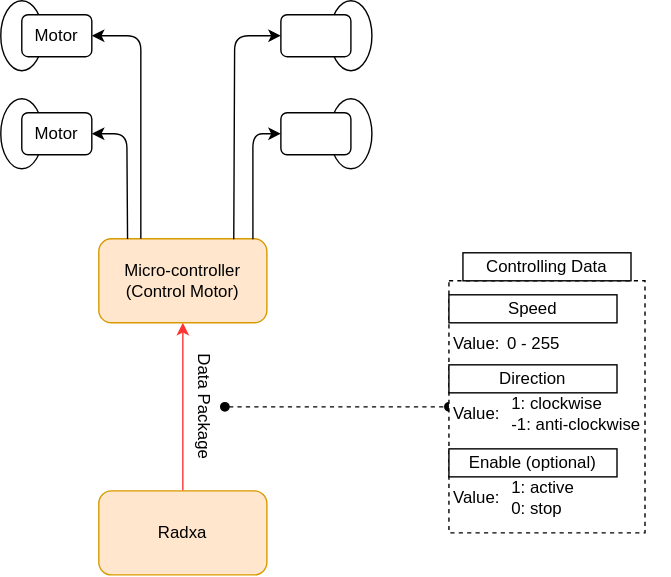
This is Diagram_System/dataFlow.drawio.svg from meoDzz/codeRadxa-lidar, a draw.io export, as it was before one commit. Source tidied: cells renumbered, new cells last; positions are measured from the earlier drawing's top-left corner, leaving out a move shared by most shapes. Its diagram source:
```xml
<mxGraphModel>
  <root>
    <mxCell id="0" />
    <mxCell id="1" parent="0" />
    <mxCell id="2" style="edgeStyle=none;html=1;entryX=0.5;entryY=1;entryDx=0;entryDy=0;strokeColor=#FF3333;" parent="1" edge="1" source="3" target="4">
      <mxGeometry relative="1" as="geometry" />
    </mxCell>
    <mxCell id="3" value="Radxa" style="rounded=1;whiteSpace=wrap;html=1;fillColor=#ffe6cc;strokeColor=#d79b00;" parent="1" vertex="1">
      <mxGeometry x="70" y="350" width="120" height="60" as="geometry" />
    </mxCell>
    <mxCell id="4" value="Micro-controller&lt;div&gt;(Control Motor)&lt;/div&gt;" style="rounded=1;whiteSpace=wrap;html=1;fillColor=#ffe6cc;strokeColor=#d79b00;" parent="1" vertex="1">
      <mxGeometry x="70" y="170" width="120" height="60" as="geometry" />
    </mxCell>
    <mxCell id="5" style="html=1;dashed=1;endArrow=oval;endFill=1;startArrow=oval;startFill=1;entryX=0;entryY=0.5;entryDx=0;entryDy=0;" parent="1" edge="1" source="6" target="7">
      <mxGeometry relative="1" as="geometry" />
    </mxCell>
    <mxCell id="6" value="Data Package" style="text;html=1;align=center;verticalAlign=middle;whiteSpace=wrap;rounded=0;rotation=90;" parent="1" vertex="1">
      <mxGeometry x="100" y="275" width="90" height="30" as="geometry" />
    </mxCell>
    <mxCell id="7" value="&lt;div&gt;&lt;br&gt;&lt;/div&gt;" style="rounded=0;whiteSpace=wrap;html=1;dashed=1;align=center;" parent="1" vertex="1">
      <mxGeometry x="320" y="200" width="140" height="180" as="geometry" />
    </mxCell>
    <mxCell id="8" value="Controlling Data" style="rounded=0;whiteSpace=wrap;html=1;" parent="1" vertex="1">
      <mxGeometry x="330" y="180" width="120" height="20" as="geometry" />
    </mxCell>
    <mxCell id="9" value="Speed" style="rounded=0;whiteSpace=wrap;html=1;" parent="1" vertex="1">
      <mxGeometry x="320" y="210" width="120" height="20" as="geometry" />
    </mxCell>
    <mxCell id="10" value="Direction" style="rounded=0;whiteSpace=wrap;html=1;" parent="1" vertex="1">
      <mxGeometry x="320" y="260" width="120" height="20" as="geometry" />
    </mxCell>
    <mxCell id="11" value="Enable (optional)" style="rounded=0;whiteSpace=wrap;html=1;" parent="1" vertex="1">
      <mxGeometry x="320" y="320" width="120" height="20" as="geometry" />
    </mxCell>
    <mxCell id="12" value="Value:&amp;nbsp;" style="text;html=1;align=center;verticalAlign=middle;whiteSpace=wrap;rounded=0;" parent="1" vertex="1">
      <mxGeometry x="320" y="230" width="40" height="30" as="geometry" />
    </mxCell>
    <mxCell id="13" value="Value:" style="text;html=1;align=center;verticalAlign=middle;whiteSpace=wrap;rounded=0;" parent="1" vertex="1">
      <mxGeometry x="320" y="280" width="40" height="30" as="geometry" />
    </mxCell>
    <mxCell id="14" value="1: clockwise&lt;div&gt;-1: anti-clockwise&lt;/div&gt;" style="text;html=1;align=left;verticalAlign=middle;whiteSpace=wrap;rounded=0;" parent="1" vertex="1">
      <mxGeometry x="362.5" y="280" width="115" height="30" as="geometry" />
    </mxCell>
    <mxCell id="15" value="Value:" style="text;html=1;align=center;verticalAlign=middle;whiteSpace=wrap;rounded=0;" parent="1" vertex="1">
      <mxGeometry x="320" y="340" width="40" height="30" as="geometry" />
    </mxCell>
    <mxCell id="16" value="1: active&lt;div&gt;0: stop&lt;/div&gt;" style="text;html=1;align=left;verticalAlign=middle;whiteSpace=wrap;rounded=0;" parent="1" vertex="1">
      <mxGeometry x="362.5" y="340" width="77.5" height="30" as="geometry" />
    </mxCell>
    <mxCell id="17" value="0 - 255" style="text;html=1;align=left;verticalAlign=middle;whiteSpace=wrap;rounded=0;" parent="1" vertex="1">
      <mxGeometry x="360" y="230" width="50" height="30" as="geometry" />
    </mxCell>
    <mxCell id="18" style="group;" parent="1" vertex="1">
      <mxGeometry x="200" width="65" height="50" as="geometry" />
    </mxCell>
    <mxCell id="19" style="ellipse;whiteSpace=wrap;html=1;" parent="18" vertex="1">
      <mxGeometry x="35" width="30" height="50" as="geometry" />
    </mxCell>
    <mxCell id="20" style="rounded=1;whiteSpace=wrap;html=1;" parent="18" vertex="1">
      <mxGeometry y="10" width="50" height="30" as="geometry" />
    </mxCell>
    <mxCell id="21" style="group;" parent="1" vertex="1">
      <mxGeometry x="200" y="70" width="65" height="50" as="geometry" />
    </mxCell>
    <mxCell id="22" style="ellipse;whiteSpace=wrap;html=1;" parent="21" vertex="1">
      <mxGeometry x="35" width="30" height="50" as="geometry" />
    </mxCell>
    <mxCell id="23" style="rounded=1;whiteSpace=wrap;html=1;" parent="21" vertex="1">
      <mxGeometry y="10" width="50" height="30" as="geometry" />
    </mxCell>
    <mxCell id="24" style="group;rotation=-180;" parent="1" vertex="1">
      <mxGeometry width="65" height="50" as="geometry" />
    </mxCell>
    <mxCell id="25" style="ellipse;whiteSpace=wrap;html=1;rotation=-180;" parent="24" vertex="1">
      <mxGeometry width="30" height="50" as="geometry" />
    </mxCell>
    <mxCell id="26" style="rounded=1;whiteSpace=wrap;html=1;rotation=-180;" parent="24" vertex="1">
      <mxGeometry x="15" y="10" width="50" height="30" as="geometry" />
    </mxCell>
    <mxCell id="27" value="Motor" style="text;html=1;align=center;verticalAlign=middle;whiteSpace=wrap;rounded=0;rotation=0;" parent="24" vertex="1">
      <mxGeometry x="20" y="10" width="40" height="30" as="geometry" />
    </mxCell>
    <mxCell id="28" style="group;rotation=-180;" parent="1" vertex="1">
      <mxGeometry y="70" width="65" height="50" as="geometry" />
    </mxCell>
    <mxCell id="29" style="ellipse;whiteSpace=wrap;html=1;rotation=-180;" parent="28" vertex="1">
      <mxGeometry width="30" height="50" as="geometry" />
    </mxCell>
    <mxCell id="30" style="rounded=1;whiteSpace=wrap;html=1;rotation=-180;" parent="28" vertex="1">
      <mxGeometry x="15" y="10" width="50" height="30" as="geometry" />
    </mxCell>
    <mxCell id="31" value="Motor" style="text;html=1;align=center;verticalAlign=middle;whiteSpace=wrap;rounded=0;rotation=0;" parent="28" vertex="1">
      <mxGeometry x="20" y="10" width="40" height="30" as="geometry" />
    </mxCell>
    <mxCell id="32" style="endArrow=classic;html=1;entryX=0;entryY=0.5;entryDx=0;entryDy=0;" parent="1" edge="1" target="26">
      <mxGeometry relative="1" as="geometry">
        <mxPoint x="100" y="170" as="sourcePoint" />
        <Array as="points">
          <mxPoint x="100" y="25" />
        </Array>
      </mxGeometry>
    </mxCell>
    <mxCell id="33" style="endArrow=classic;html=1;entryX=0;entryY=0.5;entryDx=0;entryDy=0;exitX=0.171;exitY=0.004;exitDx=0;exitDy=0;exitPerimeter=0;" parent="1" edge="1" source="4" target="30">
      <mxGeometry relative="1" as="geometry">
        <Array as="points">
          <mxPoint x="90" y="95" />
        </Array>
      </mxGeometry>
    </mxCell>
    <mxCell id="34" style="endArrow=classic;html=1;entryX=0;entryY=0.5;entryDx=0;entryDy=0;exitX=0.803;exitY=0.006;exitDx=0;exitDy=0;exitPerimeter=0;" parent="1" edge="1" source="4" target="20">
      <mxGeometry relative="1" as="geometry">
        <Array as="points">
          <mxPoint x="167" y="25" />
        </Array>
      </mxGeometry>
    </mxCell>
    <mxCell id="35" style="endArrow=classic;html=1;entryX=0;entryY=0.5;entryDx=0;entryDy=0;exitX=0.917;exitY=0.006;exitDx=0;exitDy=0;exitPerimeter=0;" parent="1" edge="1" source="4" target="23">
      <mxGeometry relative="1" as="geometry">
        <Array as="points">
          <mxPoint x="180" y="95" />
        </Array>
      </mxGeometry>
    </mxCell>
  </root>
</mxGraphModel>
```
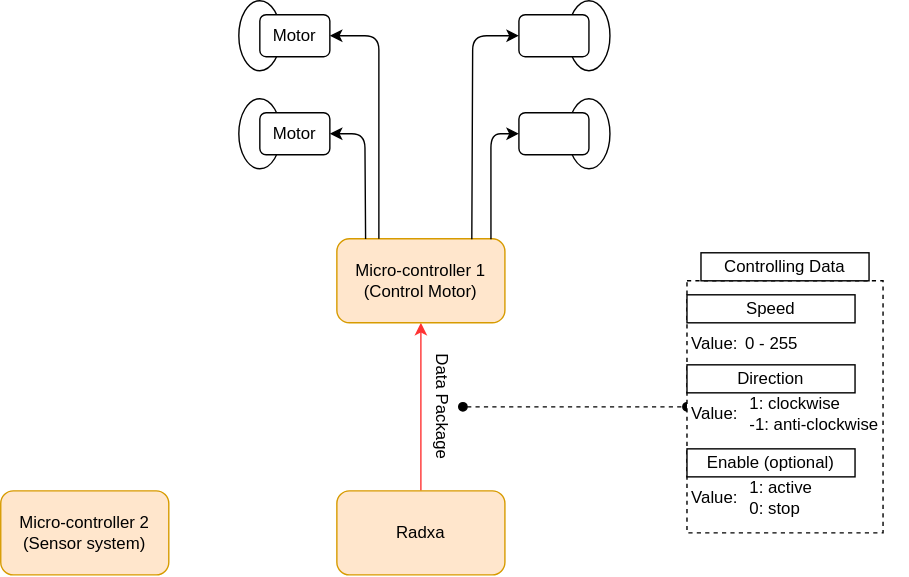
After the change.

Commit message:
add diagram dataflow

Diff of the diagram source:
```diff
@@ -8,7 +8,7 @@
     <mxCell id="3" value="Radxa" style="rounded=1;whiteSpace=wrap;html=1;fillColor=#ffe6cc;strokeColor=#d79b00;" parent="1" vertex="1">
       <mxGeometry x="70" y="350" width="120" height="60" as="geometry" />
     </mxCell>
-    <mxCell id="4" value="Micro-controller&lt;div&gt;(Control Motor)&lt;/div&gt;" style="rounded=1;whiteSpace=wrap;html=1;fillColor=#ffe6cc;strokeColor=#d79b00;" parent="1" vertex="1">
+    <mxCell id="4" value="Micro-controller 1&lt;div&gt;(Control Motor)&lt;/div&gt;" style="rounded=1;whiteSpace=wrap;html=1;fillColor=#ffe6cc;strokeColor=#d79b00;" parent="1" vertex="1">
       <mxGeometry x="70" y="170" width="120" height="60" as="geometry" />
     </mxCell>
     <mxCell id="5" style="html=1;dashed=1;endArrow=oval;endFill=1;startArrow=oval;startFill=1;entryX=0;entryY=0.5;entryDx=0;entryDy=0;" parent="1" edge="1" source="6" target="7">
@@ -121,5 +121,8 @@
         </Array>
       </mxGeometry>
     </mxCell>
+    <mxCell id="36" value="Micro-controller 2&lt;div&gt;(Sensor system)&lt;/div&gt;" style="rounded=1;whiteSpace=wrap;html=1;fillColor=#ffe6cc;strokeColor=#d79b00;" parent="1" vertex="1">
+      <mxGeometry x="-170" y="350" width="120" height="60" as="geometry" />
+    </mxCell>
   </root>
 </mxGraphModel>
```
